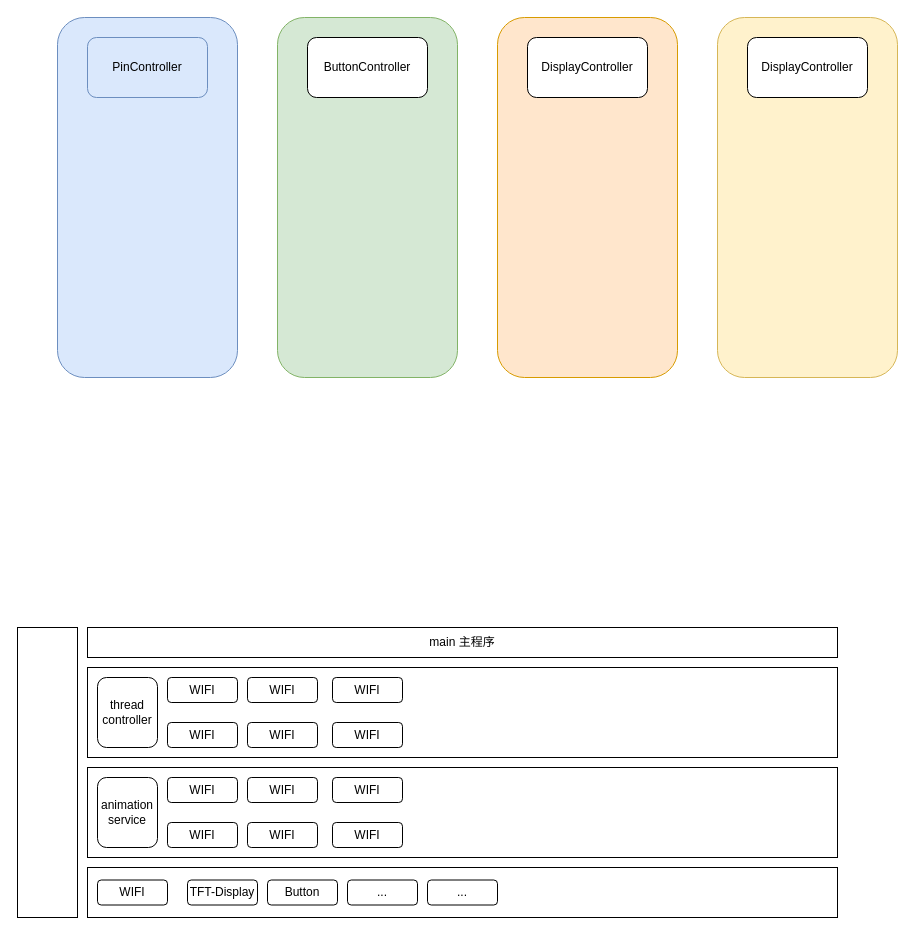
Above: plan.drawio in onlinelei/pio-my-tv (draw.io), before the change. Source tidied: cells renumbered, new cells numbered last; positions are measured from the earlier drawing's top-left corner, leaving out a move shared by most shapes. Both pictures are drawn from the tidied source at 100%, with x=0, y=0 at pixel (17, 17).
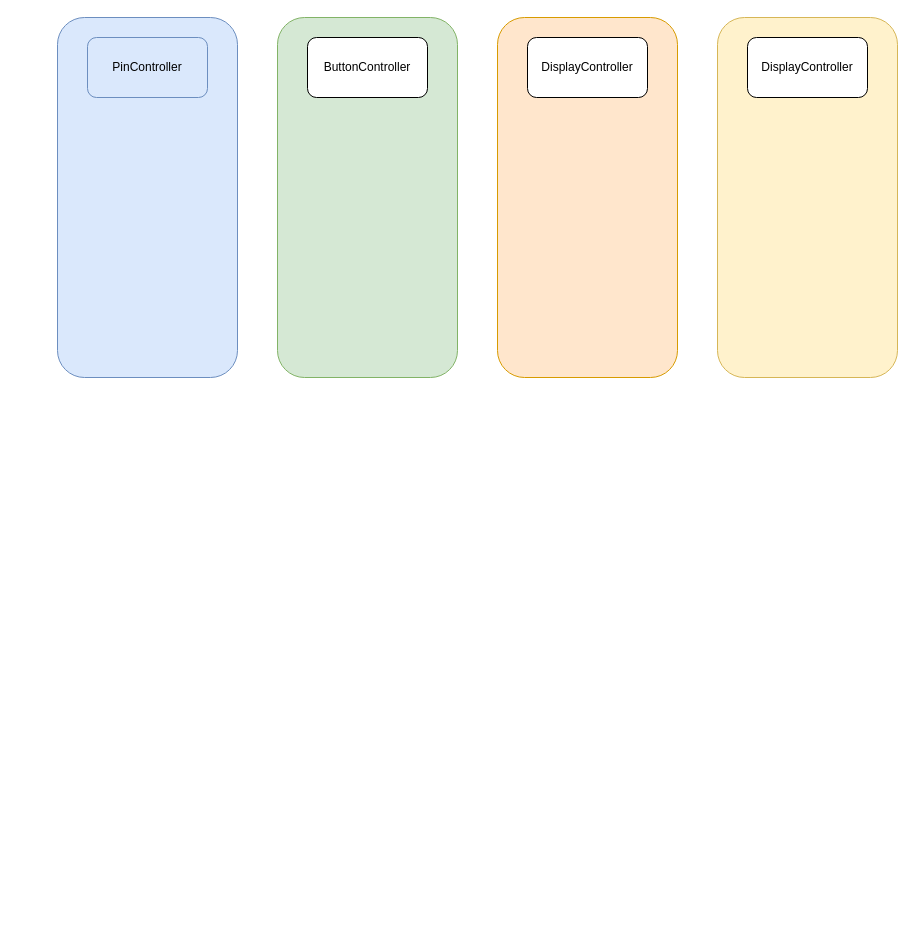
The same diagram, later.

The edit, as a diff of the source:
```diff
@@
-    <mxCell id="2" style="rounded=0;whiteSpace=wrap;html=1;fillColor=none;" parent="1" vertex="1">
-      <mxGeometry x="70" y="750" width="750" height="90" as="geometry" />
-    </mxCell>
@@
-    <mxCell id="11" value="animation&lt;br&gt;service" style="rounded=1;whiteSpace=wrap;html=1;" parent="1" vertex="1">
-      <mxGeometry x="80" y="760" width="60" height="70" as="geometry" />
-    </mxCell>
-    <mxCell id="12" style="rounded=0;whiteSpace=wrap;html=1;fillColor=none;" parent="1" vertex="1">
-      <mxGeometry x="70" y="850" width="750" height="50" as="geometry" />
-    </mxCell>
-    <mxCell id="13" value="WIFI" style="rounded=1;whiteSpace=wrap;html=1;" parent="1" vertex="1">
-      <mxGeometry x="80" y="862.5" width="70" height="25" as="geometry" />
-    </mxCell>
-    <mxCell id="14" value="TFT-Display" style="rounded=1;whiteSpace=wrap;html=1;" parent="1" vertex="1">
-      <mxGeometry x="170" y="862.5" width="70" height="25" as="geometry" />
-    </mxCell>
-    <mxCell id="15" value="Button" style="rounded=1;whiteSpace=wrap;html=1;" parent="1" vertex="1">
-      <mxGeometry x="250" y="862.5" width="70" height="25" as="geometry" />
-    </mxCell>
-    <mxCell id="16" value="..." style="rounded=1;whiteSpace=wrap;html=1;" parent="1" vertex="1">
-      <mxGeometry x="330" y="862.5" width="70" height="25" as="geometry" />
-    </mxCell>
-    <mxCell id="17" value="..." style="rounded=1;whiteSpace=wrap;html=1;" parent="1" vertex="1">
-      <mxGeometry x="410" y="862.5" width="70" height="25" as="geometry" />
-    </mxCell>
-    <mxCell id="18" value="WIFI" style="rounded=1;whiteSpace=wrap;html=1;" parent="1" vertex="1">
-      <mxGeometry x="150" y="760" width="70" height="25" as="geometry" />
-    </mxCell>
-    <mxCell id="19" value="WIFI" style="rounded=1;whiteSpace=wrap;html=1;" parent="1" vertex="1">
-      <mxGeometry x="150" y="805" width="70" height="25" as="geometry" />
-    </mxCell>
-    <mxCell id="20" value="WIFI" style="rounded=1;whiteSpace=wrap;html=1;" parent="1" vertex="1">
-      <mxGeometry x="230" y="760" width="70" height="25" as="geometry" />
-    </mxCell>
-    <mxCell id="21" value="WIFI" style="rounded=1;whiteSpace=wrap;html=1;" parent="1" vertex="1">
-      <mxGeometry x="230" y="805" width="70" height="25" as="geometry" />
-    </mxCell>
-    <mxCell id="22" value="WIFI" style="rounded=1;whiteSpace=wrap;html=1;" parent="1" vertex="1">
-      <mxGeometry x="315" y="760" width="70" height="25" as="geometry" />
-    </mxCell>
-    <mxCell id="23" value="WIFI" style="rounded=1;whiteSpace=wrap;html=1;" parent="1" vertex="1">
-      <mxGeometry x="315" y="805" width="70" height="25" as="geometry" />
-    </mxCell>
-    <mxCell id="24" style="rounded=0;whiteSpace=wrap;html=1;fillColor=none;" parent="1" vertex="1">
-      <mxGeometry x="70" y="650" width="750" height="90" as="geometry" />
-    </mxCell>
-    <mxCell id="25" value="thread&lt;br&gt;controller" style="rounded=1;whiteSpace=wrap;html=1;" parent="1" vertex="1">
-      <mxGeometry x="80" y="660" width="60" height="70" as="geometry" />
-    </mxCell>
-    <mxCell id="26" value="WIFI" style="rounded=1;whiteSpace=wrap;html=1;" parent="1" vertex="1">
-      <mxGeometry x="150" y="660" width="70" height="25" as="geometry" />
-    </mxCell>
-    <mxCell id="27" value="WIFI" style="rounded=1;whiteSpace=wrap;html=1;" parent="1" vertex="1">
-      <mxGeometry x="150" y="705" width="70" height="25" as="geometry" />
-    </mxCell>
-    <mxCell id="28" value="WIFI" style="rounded=1;whiteSpace=wrap;html=1;" parent="1" vertex="1">
-      <mxGeometry x="230" y="660" width="70" height="25" as="geometry" />
-    </mxCell>
-    <mxCell id="29" value="WIFI" style="rounded=1;whiteSpace=wrap;html=1;" parent="1" vertex="1">
-      <mxGeometry x="230" y="705" width="70" height="25" as="geometry" />
-    </mxCell>
-    <mxCell id="30" value="WIFI" style="rounded=1;whiteSpace=wrap;html=1;" parent="1" vertex="1">
-      <mxGeometry x="315" y="660" width="70" height="25" as="geometry" />
-    </mxCell>
-    <mxCell id="31" value="WIFI" style="rounded=1;whiteSpace=wrap;html=1;" parent="1" vertex="1">
-      <mxGeometry x="315" y="705" width="70" height="25" as="geometry" />
-    </mxCell>
-    <mxCell id="32" value="main 主程序" style="rounded=0;whiteSpace=wrap;html=1;fillColor=none;" parent="1" vertex="1">
-      <mxGeometry x="70" y="610" width="750" height="30" as="geometry" />
-    </mxCell>
-    <mxCell id="33" style="rounded=0;whiteSpace=wrap;html=1;" parent="1" vertex="1">
-      <mxGeometry y="610" width="60" height="290" as="geometry" />
-    </mxCell>
```
